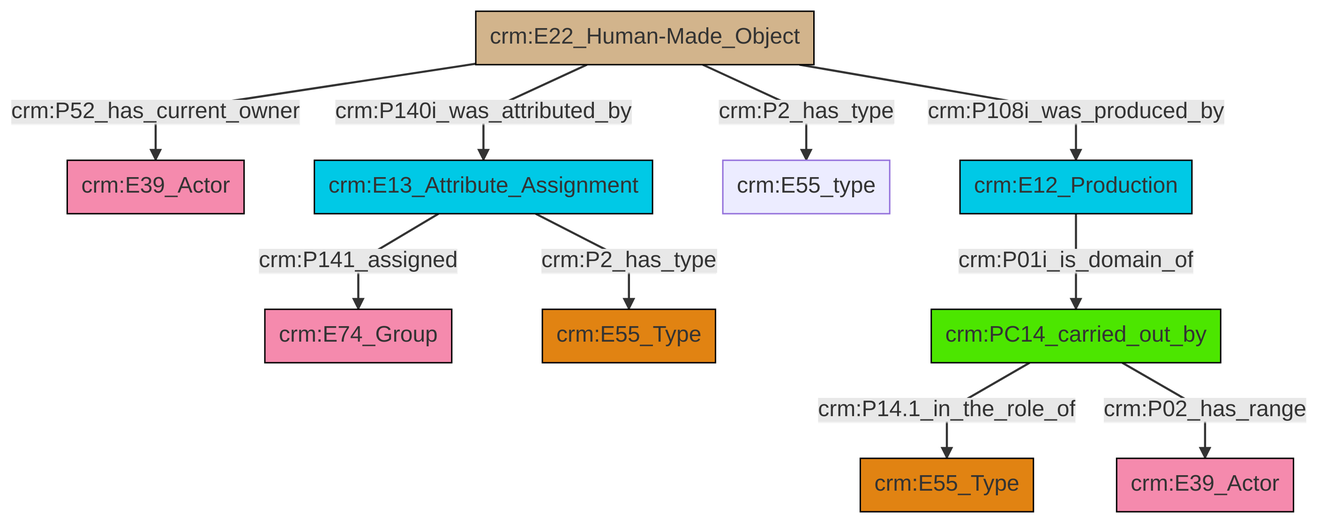
swiss-art-research-net/docs.swissartresearch keeps this Mermaid diagram as et/builtWorkCSV/ttl/mmd/png/Built_Work_actor_relations.png. Above is the earlier version. Its source is kept beside it as et/builtWorkCSV/ttl/mmd/Built_Work_actor_relations.ttl.mmd.
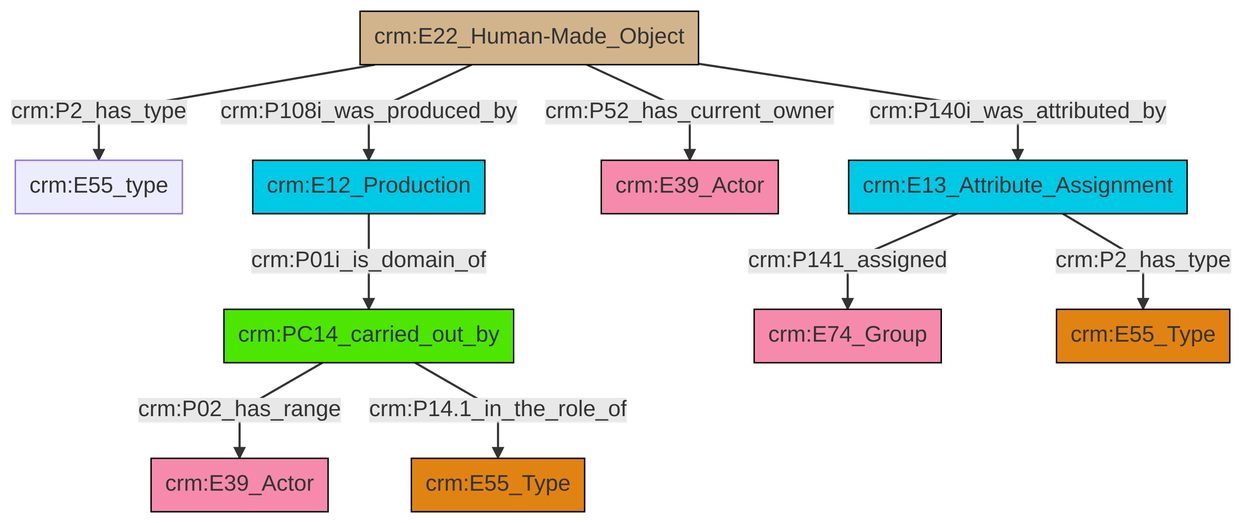
Above is the later version.

Change to the diagram source:
```diff
@@ -13,12 +13,12 @@
 classDef PC_Classes fill:#4ce600, stroke:#000000;
 classDef Multi fill:#cccccc,stroke:#000000;
 
-0["crm:E22_Human-Made_Object"]:::Physical_Thing -->|crm:P52_has_current_owner| 1["crm:E39_Actor"]:::Actor
-0["crm:E22_Human-Made_Object"]:::Physical_Thing -->|crm:P140i_was_attributed_by| 8["crm:E13_Attribute_Assignment"]:::Temporal_Entity
-8["crm:E13_Attribute_Assignment"]:::Temporal_Entity -->|crm:P141_assigned| 12["crm:E74_Group"]:::Actor
-8["crm:E13_Attribute_Assignment"]:::Temporal_Entity -->|crm:P2_has_type| 13["crm:E55_Type"]:::Type
-0["crm:E22_Human-Made_Object"]:::Physical_Thing -->|crm:P2_has_type| 6["crm:E55_type"]:::Default
-17["crm:PC14_carried_out_by"]:::PC_Classes -->|crm:P14.1_in_the_role_of| 9["crm:E55_Type"]:::Type
-2["crm:E12_Production"]:::Temporal_Entity -->|crm:P01i_is_domain_of| 17["crm:PC14_carried_out_by"]:::PC_Classes
-17["crm:PC14_carried_out_by"]:::PC_Classes -->|crm:P02_has_range| 4["crm:E39_Actor"]:::Actor
-0["crm:E22_Human-Made_Object"]:::Physical_Thing -->|crm:P108i_was_produced_by| 2["crm:E12_Production"]:::Temporal_Entity
+0["crm:E13_Attribute_Assignment"]:::Temporal_Entity -->|crm:P141_assigned| 1["crm:E74_Group"]:::Actor
+2["crm:E22_Human-Made_Object"]:::Physical_Thing -->|crm:P2_has_type| 3["crm:E55_type"]:::Default
+2["crm:E22_Human-Made_Object"]:::Physical_Thing -->|crm:P108i_was_produced_by| 4["crm:E12_Production"]:::Temporal_Entity
+7["crm:PC14_carried_out_by"]:::PC_Classes -->|crm:P02_has_range| 5["crm:E39_Actor"]:::Actor
+7["crm:PC14_carried_out_by"]:::PC_Classes -->|crm:P14.1_in_the_role_of| 8["crm:E55_Type"]:::Type
+2["crm:E22_Human-Made_Object"]:::Physical_Thing -->|crm:P52_has_current_owner| 14["crm:E39_Actor"]:::Actor
+0["crm:E13_Attribute_Assignment"]:::Temporal_Entity -->|crm:P2_has_type| 12["crm:E55_Type"]:::Type
+2["crm:E22_Human-Made_Object"]:::Physical_Thing -->|crm:P140i_was_attributed_by| 0["crm:E13_Attribute_Assignment"]:::Temporal_Entity
+4["crm:E12_Production"]:::Temporal_Entity -->|crm:P01i_is_domain_of| 7["crm:PC14_carried_out_by"]:::PC_Classes
```
